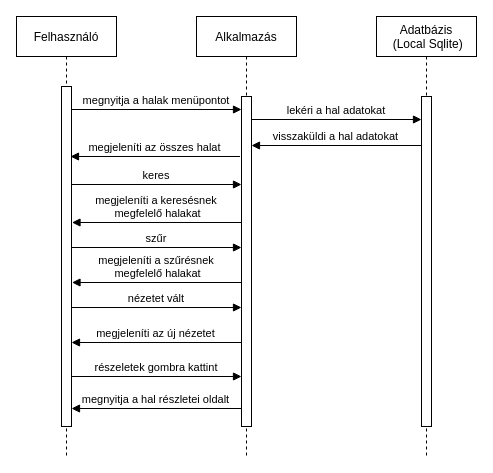
Before: diagrams/halak_szekvencia_diagram.drawio in radics-milan/Horgasz_mobilAlkalmazas, a draw.io diagram. Source tidied: cells renumbered, new cells numbered last; positions are measured from the earlier drawing's top-left corner, leaving out a move shared by most shapes. Both pictures are drawn from the tidied source at 100%, with x=0, y=0 at pixel (16, 16).
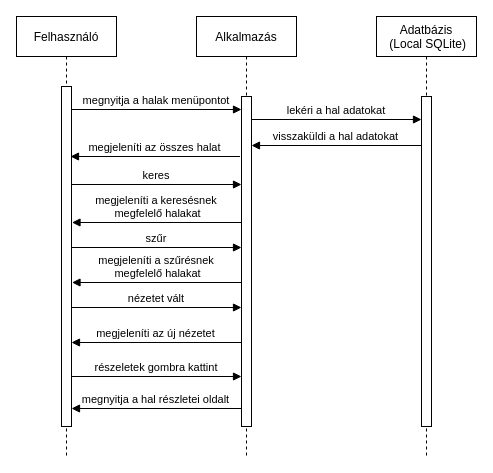
After the change.

Commit message (it also covers changes not shown here):
Szekvencia diagram png kép

Change to the diagram source:
```diff
@@
-    <mxCell id="14" value="Adatbázis&#10; (Local Sqlite)" style="shape=umlLifeline;perimeter=lifelinePerimeter;rounded=0;shadow=0;strokeWidth=1;" parent="1" vertex="1">
+    <mxCell id="14" value="Adatbázis&#10; (Local SQLite)" style="shape=umlLifeline;perimeter=lifelinePerimeter;rounded=0;shadow=0;strokeWidth=1;" parent="1" vertex="1">
       <mxGeometry x="360" width="100" height="440" as="geometry" />
     </mxCell>
```
